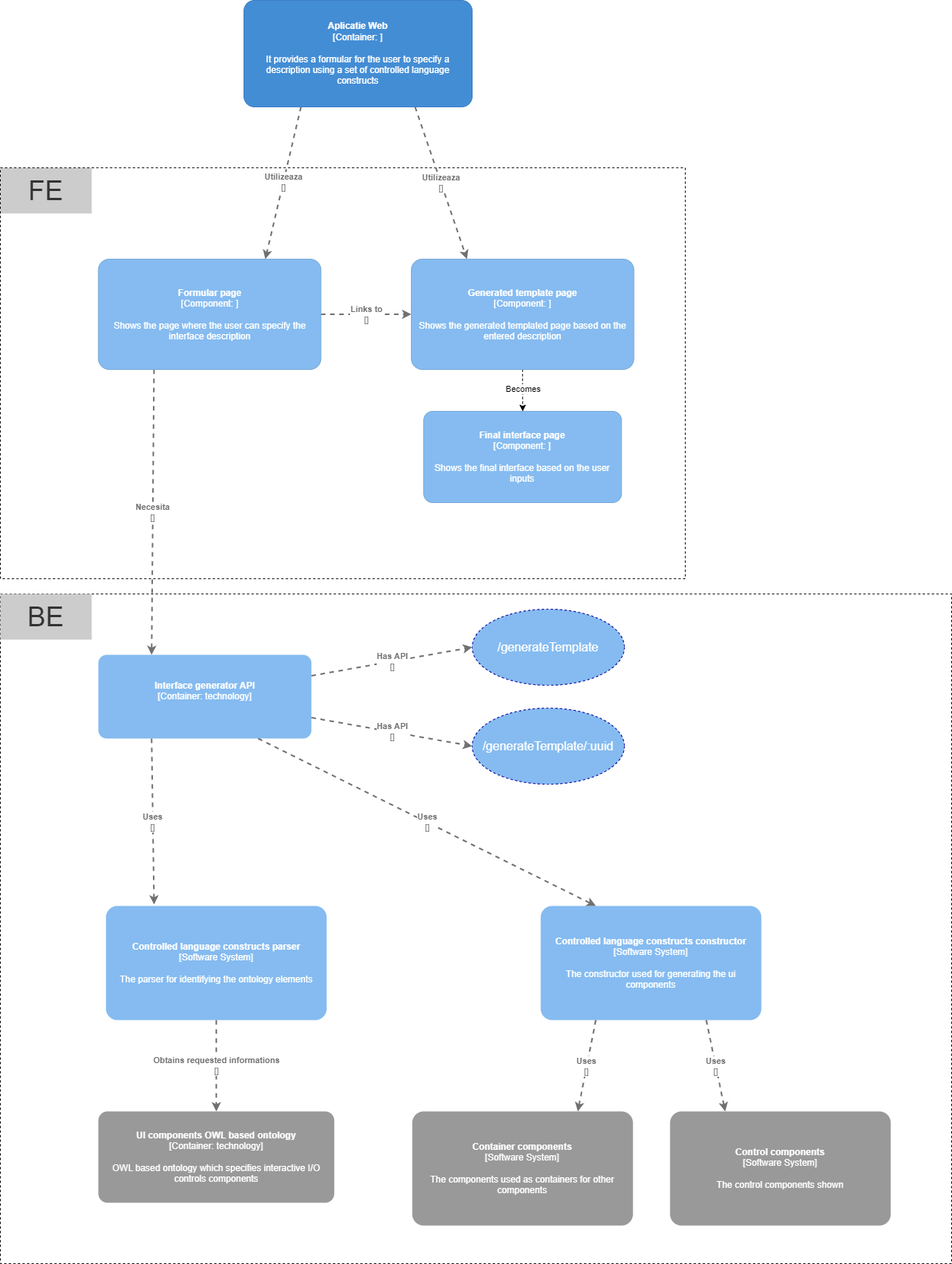
Earlier version of the draw.io export documentation/architecture documentation/diagrams/c4 diagrams/C4_level3.png (PrEaDiVviN/Compoment_Smart_Generator). Source tidied: cells renumbered, new cells last; positions are measured from the earlier drawing's top-left corner, leaving out a move shared by most shapes.
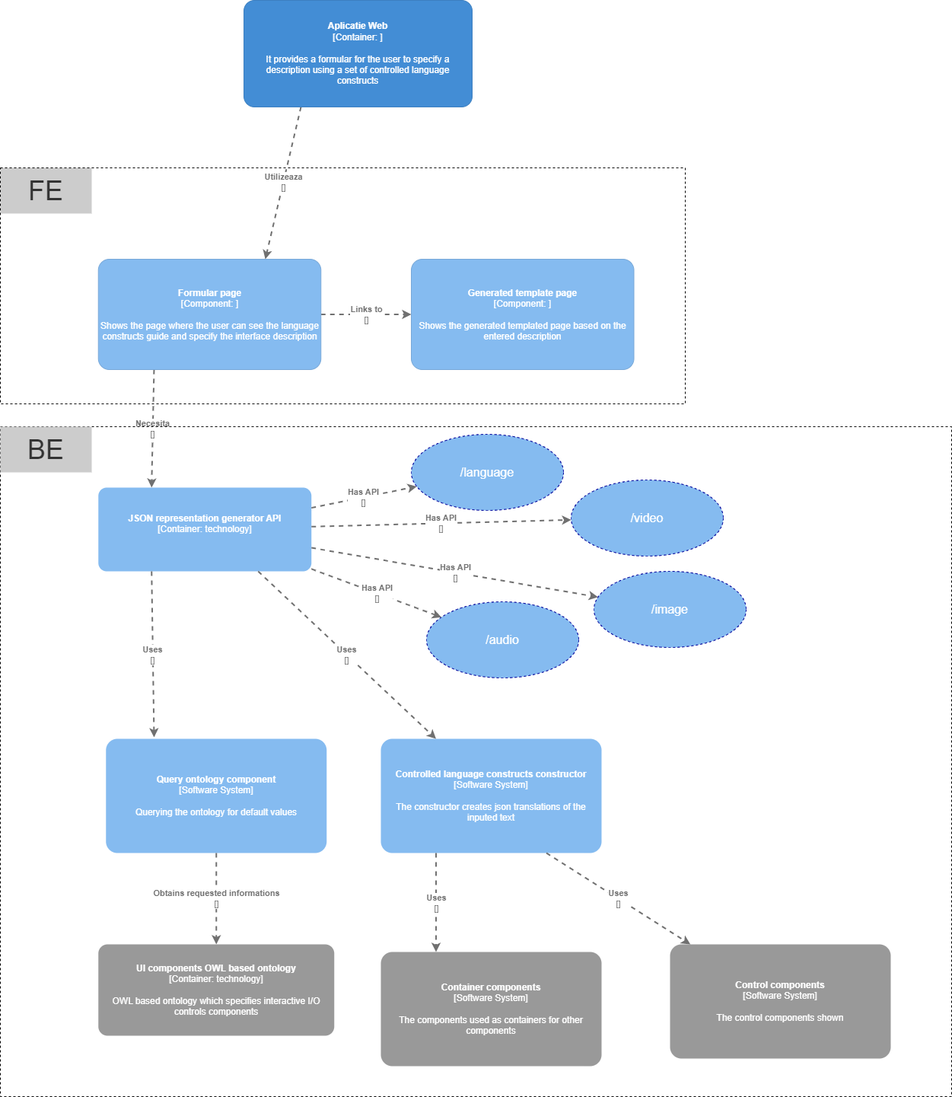
The same diagram one commit later.

Change to the diagram source:
```diff
@@ -8,3 +8,3 @@
     <mxCell id="3" style="rounded=0;whiteSpace=wrap;html=1;dashed=1;fillStyle=cross-hatch;fillColor=none;" parent="1" vertex="1">
-      <mxGeometry y="220" width="900" height="540" as="geometry" />
+      <mxGeometry y="220" width="900" height="310" as="geometry" />
     </mxCell>
@@ -15,7 +15,2 @@
     </object>
-    <object id="5" label="&lt;div style=&quot;text-align: left&quot;&gt;&lt;div style=&quot;text-align: center&quot;&gt;&lt;b&gt;%c4Description%&lt;/b&gt;&lt;/div&gt;&lt;div style=&quot;text-align: center&quot;&gt;[%c4Technology%]&lt;/div&gt;&lt;/div&gt;" c4Description="Utilizeaza" c4Technology="" c4Type="Relationship" placeholders="1">
-      <mxCell style="edgeStyle=none;rounded=0;html=1;jettySize=auto;strokeColor=#707070;strokeWidth=2;fontColor=#707070;jumpStyle=none;dashed=1;metaData={&quot;c4Type&quot;:{&quot;editable&quot;:false}};exitX=0.75;exitY=1;exitDx=0;exitDy=0;exitPerimeter=0;entryX=0.25;entryY=0;entryDx=0;entryDy=0;entryPerimeter=0;" parent="1" edge="1" source="9" target="12">
-        <mxGeometry relative="1" as="geometry" />
-      </mxCell>
-    </object>
     <object id="6" label="&lt;div style=&quot;text-align: left&quot;&gt;&lt;div style=&quot;text-align: center&quot;&gt;&lt;b&gt;%c4Description%&lt;/b&gt;&lt;/div&gt;&lt;div style=&quot;text-align: center&quot;&gt;[%c4Technology%]&lt;/div&gt;&lt;/div&gt;" c4Description="Links to" c4Technology="" c4Type="Relationship" placeholders="1">
@@ -30,3 +25,3 @@
     </object>
-    <object id="8" label="&lt;b&gt;%c4Name%&lt;/b&gt;&lt;div&gt;[%c4Type%: %c4Technology%]&lt;/div&gt;&lt;br&gt;&lt;div&gt;%c4Description%&lt;/div&gt;" c4Description="Shows the page where the user can specify the interface description" c4Name="Formular page" c4Technology="" c4Type="Component" placeholders="1">
+    <object id="8" label="&lt;b&gt;%c4Name%&lt;/b&gt;&lt;div&gt;[%c4Type%: %c4Technology%]&lt;/div&gt;&lt;br&gt;&lt;div&gt;%c4Description%&lt;/div&gt;" c4Description="Shows the page where the user can see the language constructs guide and specify the interface description" c4Name="Formular page" c4Technology="" c4Type="Component" placeholders="1">
       <mxCell style="rounded=1;whiteSpace=wrap;html=1;labelBackgroundColor=none;fillColor=#85BBF0;fontColor=#ffffff;align=center;arcSize=10;strokeColor=#78A8D8;metaData={&quot;c4Type&quot;:{&quot;editable&quot;:false}};points=[[0.25,0,0],[0.5,0,0],[0.75,0,0],[1,0.25,0],[1,0.5,0],[1,0.75,0],[0.75,1,0],[0.5,1,0],[0.25,1,0],[0,0.75,0],[0,0.5,0],[0,0.25,0]];" parent="1" vertex="1">
@@ -40,10 +35,2 @@
     </object>
-    <mxCell id="10" style="edgeStyle=orthogonalEdgeStyle;rounded=0;jettySize=auto;html=1;dashed=1;" parent="1" edge="1" source="12" target="13">
-      <mxGeometry relative="1" as="geometry" />
-    </mxCell>
-    <mxCell id="11" value="Becomes" style="edgeLabel;html=1;align=center;verticalAlign=middle;" parent="10" vertex="1">
-      <mxGeometry x="0.23" y="2" relative="1" as="geometry">
-        <mxPoint x="-2" y="-9" as="offset" />
-      </mxGeometry>
-    </mxCell>
     <object id="12" label="&lt;b&gt;%c4Name%&lt;/b&gt;&lt;div&gt;[%c4Type%: %c4Technology%]&lt;/div&gt;&lt;br&gt;&lt;div&gt;%c4Description%&lt;/div&gt;" c4Description="Shows the generated templated page based on the entered description" c4Name="Generated template page" c4Technology="" c4Type="Component" placeholders="1">
@@ -53,18 +40,13 @@
     </object>
-    <object id="13" label="&lt;b&gt;%c4Name%&lt;/b&gt;&lt;div&gt;[%c4Type%: %c4Technology%]&lt;/div&gt;&lt;br&gt;&lt;div&gt;%c4Description%&lt;/div&gt;" c4Description="Shows the final interface based on the user inputs" c4Name="Final interface page" c4Technology="" c4Type="Component" placeholders="1">
-      <mxCell style="rounded=1;whiteSpace=wrap;html=1;labelBackgroundColor=none;fillColor=#85BBF0;fontColor=#ffffff;align=center;arcSize=10;strokeColor=#78A8D8;metaData={&quot;c4Type&quot;:{&quot;editable&quot;:false}};points=[[0.25,0,0],[0.5,0,0],[0.75,0,0],[1,0.25,0],[1,0.5,0],[1,0.75,0],[0.75,1,0],[0.5,1,0],[0.25,1,0],[0,0.75,0],[0,0.5,0],[0,0.25,0]];" parent="1" vertex="1">
-        <mxGeometry x="556.2" y="540" width="260" height="120" as="geometry" />
-      </mxCell>
-    </object>
     <mxCell id="14" style="rounded=0;whiteSpace=wrap;html=1;dashed=1;fillStyle=cross-hatch;fillColor=none;" parent="1" vertex="1">
-      <mxGeometry y="780" width="1250" height="880" as="geometry" />
+      <mxGeometry y="560" width="1250" height="880" as="geometry" />
     </mxCell>
-    <object id="15" label="&lt;b&gt;%c4Name%&lt;/b&gt;&lt;div&gt;[%c4Type%]&lt;/div&gt;&lt;br&gt;&lt;div&gt;%c4Description%&lt;/div&gt;" c4Description="The parser for identifying the ontology elements" c4Name="Controlled language constructs parser" c4Type="Software System" placeholders="1">
+    <object id="15" label="&lt;b&gt;%c4Name%&lt;/b&gt;&lt;div&gt;[%c4Type%]&lt;/div&gt;&lt;br&gt;&lt;div&gt;%c4Description%&lt;/div&gt;" c4Description="Querying the ontology for default values" c4Name="Query ontology component" c4Type="Software System" placeholders="1">
       <mxCell style="rounded=1;whiteSpace=wrap;html=1;labelBackgroundColor=none;fillColor=#85BBF0;fontColor=#ffffff;align=center;arcSize=10;strokeColor=none;metaData={&quot;c4Type&quot;:{&quot;editable&quot;:false}};points=[[0.25,0,0],[0.5,0,0],[0.75,0,0],[1,0.25,0],[1,0.5,0],[1,0.75,0],[0.75,1,0],[0.5,1,0],[0.25,1,0],[0,0.75,0],[0,0.5,0],[0,0.25,0]];" parent="1" vertex="1">
-        <mxGeometry x="138.8" y="1190" width="290" height="150" as="geometry" />
+        <mxGeometry x="138.8" y="970" width="290" height="150" as="geometry" />
       </mxCell>
     </object>
-    <object id="16" label="&lt;b&gt;%c4Name%&lt;/b&gt;&lt;div&gt;[%c4Type%: %c4Technology%]&lt;/div&gt;&lt;br&gt;&lt;div&gt;%c4Description%&lt;/div&gt;" c4Description="" c4Name="Interface generator API" c4Technology="technology" c4Type="Container" placeholders="1">
+    <object id="16" label="&lt;b&gt;%c4Name%&lt;/b&gt;&lt;div&gt;[%c4Type%: %c4Technology%]&lt;/div&gt;&lt;br&gt;&lt;div&gt;%c4Description%&lt;/div&gt;" c4Description="" c4Name="JSON representation generator API" c4Technology="technology" c4Type="Container" placeholders="1">
       <mxCell style="rounded=1;whiteSpace=wrap;html=1;labelBackgroundColor=none;fillColor=#85BBF0;fontColor=#ffffff;align=center;arcSize=10;strokeColor=none;metaData={&quot;c4Type&quot;:{&quot;editable&quot;:false}};points=[[0.25,0,0],[0.5,0,0],[0.75,0,0],[1,0.25,0],[1,0.5,0],[1,0.75,0],[0.75,1,0],[0.5,1,0],[0.25,1,0],[0,0.75,0],[0,0.5,0],[0,0.25,0]];" parent="1" vertex="1">
-        <mxGeometry x="128.8" y="860" width="280" height="110" as="geometry" />
+        <mxGeometry x="128.8" y="640" width="280" height="110" as="geometry" />
       </mxCell>
@@ -83,8 +65,8 @@
       <mxCell style="rounded=1;whiteSpace=wrap;html=1;labelBackgroundColor=none;fillColor=#999999;fontColor=#ffffff;align=center;arcSize=10;strokeColor=none;metaData={&quot;c4Type&quot;:{&quot;editable&quot;:false}};points=[[0.25,0,0],[0.5,0,0],[0.75,0,0],[1,0.25,0],[1,0.5,0],[1,0.75,0],[0.75,1,0],[0.5,1,0],[0.25,1,0],[0,0.75,0],[0,0.5,0],[0,0.25,0]];" parent="1" vertex="1">
-        <mxGeometry x="128.8" y="1460" width="310" height="120" as="geometry" />
+        <mxGeometry x="128.8" y="1240" width="310" height="120" as="geometry" />
       </mxCell>
     </object>
-    <object id="20" label="&lt;b&gt;%c4Name%&lt;/b&gt;&lt;div&gt;[%c4Type%]&lt;/div&gt;&lt;br&gt;&lt;div&gt;%c4Description%&lt;/div&gt;" c4Description="The constructor used for generating the ui components" c4Name="Controlled language constructs constructor" c4Type="Software System" placeholders="1">
+    <object id="20" label="&lt;b&gt;%c4Name%&lt;/b&gt;&lt;div&gt;[%c4Type%]&lt;/div&gt;&lt;br&gt;&lt;div&gt;%c4Description%&lt;/div&gt;" c4Description="The constructor creates json translations of the inputed text" c4Name="Controlled language constructs constructor" c4Type="Software System" placeholders="1">
       <mxCell style="rounded=1;whiteSpace=wrap;html=1;labelBackgroundColor=none;fillColor=#85BBF0;fontColor=#ffffff;align=center;arcSize=10;strokeColor=none;metaData={&quot;c4Type&quot;:{&quot;editable&quot;:false}};points=[[0.25,0,0],[0.5,0,0],[0.75,0,0],[1,0.25,0],[1,0.5,0],[1,0.75,0],[0.75,1,0],[0.5,1,0],[0.25,1,0],[0,0.75,0],[0,0.5,0],[0,0.25,0]];" parent="1" vertex="1">
-        <mxGeometry x="710" y="1190" width="290" height="150" as="geometry" />
+        <mxGeometry x="500" y="970" width="290" height="150" as="geometry" />
       </mxCell>
@@ -92,3 +74,3 @@
     <object id="21" label="&lt;div style=&quot;text-align: left&quot;&gt;&lt;div style=&quot;text-align: center&quot;&gt;&lt;b&gt;%c4Description%&lt;/b&gt;&lt;/div&gt;&lt;div style=&quot;text-align: center&quot;&gt;[%c4Technology%]&lt;/div&gt;&lt;/div&gt;" c4Description="Has API" c4Technology="" c4Type="Relationship" placeholders="1">
-      <mxCell style="edgeStyle=none;rounded=0;html=1;jettySize=auto;strokeColor=#707070;strokeWidth=2;fontColor=#707070;jumpStyle=none;dashed=1;metaData={&quot;c4Type&quot;:{&quot;editable&quot;:false}};exitX=1;exitY=0.25;exitDx=0;exitDy=0;exitPerimeter=0;entryX=0;entryY=0.5;entryDx=0;entryDy=0;" parent="1" edge="1" source="16" target="22">
+      <mxCell style="edgeStyle=none;rounded=0;html=1;jettySize=auto;strokeColor=#707070;strokeWidth=2;fontColor=#707070;jumpStyle=none;dashed=1;metaData={&quot;c4Type&quot;:{&quot;editable&quot;:false}};" parent="1" edge="1" source="16" target="22">
         <mxGeometry relative="1" as="geometry" />
@@ -96,7 +78,7 @@
     </object>
-    <mxCell id="22" value="&lt;font style=&quot;font-size: 16px;&quot; color=&quot;#ffffff&quot;&gt;/generateTemplate&lt;/font&gt;" style="ellipse;whiteSpace=wrap;html=1;dashed=1;fillStyle=solid;strokeColor=#000099;fontSize=14;fontColor=#333333;fillColor=#85BBF0;" parent="1" vertex="1">
-      <mxGeometry x="620" y="800" width="200" height="100" as="geometry" />
+    <mxCell id="22" value="&lt;font style=&quot;font-size: 16px;&quot; color=&quot;#ffffff&quot;&gt;/language&lt;/font&gt;" style="ellipse;whiteSpace=wrap;html=1;dashed=1;fillStyle=solid;strokeColor=#000099;fontSize=14;fontColor=#333333;fillColor=#85BBF0;" parent="1" vertex="1">
+      <mxGeometry x="540" y="570" width="200" height="100" as="geometry" />
     </mxCell>
     <object id="23" label="&lt;div style=&quot;text-align: left&quot;&gt;&lt;div style=&quot;text-align: center&quot;&gt;&lt;b&gt;%c4Description%&lt;/b&gt;&lt;/div&gt;&lt;div style=&quot;text-align: center&quot;&gt;[%c4Technology%]&lt;/div&gt;&lt;/div&gt;" c4Description="Has API" c4Technology="" c4Type="Relationship" placeholders="1">
-      <mxCell style="edgeStyle=none;rounded=0;html=1;jettySize=auto;strokeColor=#707070;strokeWidth=2;fontColor=#707070;jumpStyle=none;dashed=1;metaData={&quot;c4Type&quot;:{&quot;editable&quot;:false}};exitX=1;exitY=0.75;exitDx=0;exitDy=0;exitPerimeter=0;entryX=0;entryY=0.5;entryDx=0;entryDy=0;" parent="1" edge="1" source="16" target="24">
+      <mxCell style="edgeStyle=none;rounded=0;html=1;jettySize=auto;strokeColor=#707070;strokeWidth=2;fontColor=#707070;jumpStyle=none;dashed=1;metaData={&quot;c4Type&quot;:{&quot;editable&quot;:false}};" parent="1" edge="1" source="16" target="24">
         <mxGeometry relative="1" as="geometry" />
@@ -104,4 +86,4 @@
     </object>
-    <mxCell id="24" value="&lt;span style=&quot;color: rgb(255, 255, 255);&quot;&gt;&lt;font style=&quot;font-size: 16px;&quot;&gt;/generateTemplate/:uuid&lt;/font&gt;&lt;/span&gt;" style="ellipse;whiteSpace=wrap;html=1;dashed=1;fillStyle=solid;strokeColor=#000099;fontSize=14;fontColor=#333333;fillColor=#85BBF0;" parent="1" vertex="1">
-      <mxGeometry x="620" y="930" width="200" height="100" as="geometry" />
+    <mxCell id="24" value="&lt;span style=&quot;color: rgb(255, 255, 255);&quot;&gt;&lt;font style=&quot;font-size: 16px;&quot;&gt;/video&lt;/font&gt;&lt;/span&gt;" style="ellipse;whiteSpace=wrap;html=1;dashed=1;fillStyle=solid;strokeColor=#000099;fontSize=14;fontColor=#333333;fillColor=#85BBF0;" parent="1" vertex="1">
+      <mxGeometry x="750" y="630" width="200" height="100" as="geometry" />
     </mxCell>
@@ -114,3 +96,3 @@
       <mxCell style="rounded=1;whiteSpace=wrap;html=1;labelBackgroundColor=none;fillColor=#999999;fontColor=#ffffff;align=center;arcSize=10;strokeColor=none;metaData={&quot;c4Type&quot;:{&quot;editable&quot;:false}};points=[[0.25,0,0],[0.5,0,0],[0.75,0,0],[1,0.25,0],[1,0.5,0],[1,0.75,0],[0.75,1,0],[0.5,1,0],[0.25,1,0],[0,0.75,0],[0,0.5,0],[0,0.25,0]];" parent="1" vertex="1">
-        <mxGeometry x="880" y="1460" width="290" height="150" as="geometry" />
+        <mxGeometry x="880" y="1240" width="290" height="150" as="geometry" />
       </mxCell>
@@ -119,3 +101,3 @@
       <mxCell style="rounded=1;whiteSpace=wrap;html=1;labelBackgroundColor=none;fillColor=#999999;fontColor=#ffffff;align=center;arcSize=10;strokeColor=none;metaData={&quot;c4Type&quot;:{&quot;editable&quot;:false}};points=[[0.25,0,0],[0.5,0,0],[0.75,0,0],[1,0.25,0],[1,0.5,0],[1,0.75,0],[0.75,1,0],[0.5,1,0],[0.25,1,0],[0,0.75,0],[0,0.5,0],[0,0.25,0]];" parent="1" vertex="1">
-        <mxGeometry x="541.2" y="1460" width="290" height="150" as="geometry" />
+        <mxGeometry x="500" y="1250" width="290" height="150" as="geometry" />
       </mxCell>
@@ -123,3 +105,3 @@
     <object id="28" label="&lt;div style=&quot;text-align: left&quot;&gt;&lt;div style=&quot;text-align: center&quot;&gt;&lt;b&gt;%c4Description%&lt;/b&gt;&lt;/div&gt;&lt;div style=&quot;text-align: center&quot;&gt;[%c4Technology%]&lt;/div&gt;&lt;/div&gt;" c4Description="Uses" c4Technology="" c4Type="Relationship" placeholders="1">
-      <mxCell style="edgeStyle=none;rounded=0;html=1;jettySize=auto;strokeColor=#707070;strokeWidth=2;fontColor=#707070;jumpStyle=none;dashed=1;metaData={&quot;c4Type&quot;:{&quot;editable&quot;:false}};entryX=0.25;entryY=0;entryDx=0;entryDy=0;entryPerimeter=0;exitX=0.75;exitY=1;exitDx=0;exitDy=0;exitPerimeter=0;" parent="1" edge="1" source="20" target="26">
+      <mxCell style="edgeStyle=none;rounded=0;html=1;jettySize=auto;strokeColor=#707070;strokeWidth=2;fontColor=#707070;jumpStyle=none;dashed=1;metaData={&quot;c4Type&quot;:{&quot;editable&quot;:false}};exitX=0.75;exitY=1;exitDx=0;exitDy=0;exitPerimeter=0;" parent="1" edge="1" source="20" target="26">
         <mxGeometry relative="1" as="geometry" />
@@ -128,3 +110,3 @@
     <object id="29" label="&lt;div style=&quot;text-align: left&quot;&gt;&lt;div style=&quot;text-align: center&quot;&gt;&lt;b&gt;%c4Description%&lt;/b&gt;&lt;/div&gt;&lt;div style=&quot;text-align: center&quot;&gt;[%c4Technology%]&lt;/div&gt;&lt;/div&gt;" c4Description="Uses" c4Technology="" c4Type="Relationship" placeholders="1">
-      <mxCell style="edgeStyle=none;rounded=0;html=1;jettySize=auto;strokeColor=#707070;strokeWidth=2;fontColor=#707070;jumpStyle=none;dashed=1;metaData={&quot;c4Type&quot;:{&quot;editable&quot;:false}};entryX=0.75;entryY=0;entryDx=0;entryDy=0;entryPerimeter=0;exitX=0.25;exitY=1;exitDx=0;exitDy=0;exitPerimeter=0;" parent="1" edge="1" source="20" target="27">
+      <mxCell style="edgeStyle=none;rounded=0;html=1;jettySize=auto;strokeColor=#707070;strokeWidth=2;fontColor=#707070;jumpStyle=none;dashed=1;metaData={&quot;c4Type&quot;:{&quot;editable&quot;:false}};exitX=0.25;exitY=1;exitDx=0;exitDy=0;exitPerimeter=0;entryX=0.25;entryY=0;entryDx=0;entryDy=0;entryPerimeter=0;" parent="1" edge="1" source="20" target="27">
         <mxGeometry relative="1" as="geometry" />
@@ -133,4 +115,20 @@
     <mxCell id="30" value="&lt;font color=&quot;#333333&quot;&gt;BE&lt;/font&gt;" style="rounded=0;whiteSpace=wrap;html=1;dashed=1;fillStyle=solid;fontSize=36;fontColor=#41FF3B;fillColor=#CCCCCC;strokeColor=none;" parent="1" vertex="1">
-      <mxGeometry y="780" width="120" height="60" as="geometry" />
+      <mxGeometry y="560" width="120" height="60" as="geometry" />
     </mxCell>
+    <mxCell id="31" value="&lt;span style=&quot;color: rgb(255, 255, 255);&quot;&gt;&lt;font style=&quot;font-size: 16px;&quot;&gt;/image&lt;/font&gt;&lt;/span&gt;" style="ellipse;whiteSpace=wrap;html=1;dashed=1;fillStyle=solid;strokeColor=#000099;fontSize=14;fontColor=#333333;fillColor=#85BBF0;" parent="1" vertex="1">
+      <mxGeometry x="780" y="750" width="200" height="100" as="geometry" />
+    </mxCell>
+    <mxCell id="32" value="&lt;span style=&quot;color: rgb(255, 255, 255);&quot;&gt;&lt;font style=&quot;font-size: 16px;&quot;&gt;/audio&lt;/font&gt;&lt;/span&gt;" style="ellipse;whiteSpace=wrap;html=1;dashed=1;fillStyle=solid;strokeColor=#000099;fontSize=14;fontColor=#333333;fillColor=#85BBF0;" parent="1" vertex="1">
+      <mxGeometry x="560" y="790" width="200" height="100" as="geometry" />
+    </mxCell>
+    <object id="33" label="&lt;div style=&quot;text-align: left&quot;&gt;&lt;div style=&quot;text-align: center&quot;&gt;&lt;b&gt;%c4Description%&lt;/b&gt;&lt;/div&gt;&lt;div style=&quot;text-align: center&quot;&gt;[%c4Technology%]&lt;/div&gt;&lt;/div&gt;" c4Description="Has API" c4Technology="" c4Type="Relationship" placeholders="1">
+      <mxCell style="edgeStyle=none;rounded=0;html=1;jettySize=auto;strokeColor=#707070;strokeWidth=2;fontColor=#707070;jumpStyle=none;dashed=1;metaData={&quot;c4Type&quot;:{&quot;editable&quot;:false}};" parent="1" edge="1" source="16" target="31">
+        <mxGeometry relative="1" as="geometry" />
+      </mxCell>
+    </object>
+    <object id="34" label="&lt;div style=&quot;text-align: left&quot;&gt;&lt;div style=&quot;text-align: center&quot;&gt;&lt;b&gt;%c4Description%&lt;/b&gt;&lt;/div&gt;&lt;div style=&quot;text-align: center&quot;&gt;[%c4Technology%]&lt;/div&gt;&lt;/div&gt;" c4Description="Has API" c4Technology="" c4Type="Relationship" placeholders="1">
+      <mxCell style="edgeStyle=none;rounded=0;html=1;jettySize=auto;strokeColor=#707070;strokeWidth=2;fontColor=#707070;jumpStyle=none;dashed=1;metaData={&quot;c4Type&quot;:{&quot;editable&quot;:false}};" parent="1" edge="1" source="16" target="32">
+        <mxGeometry relative="1" as="geometry" />
+      </mxCell>
+    </object>
   </root>
```
